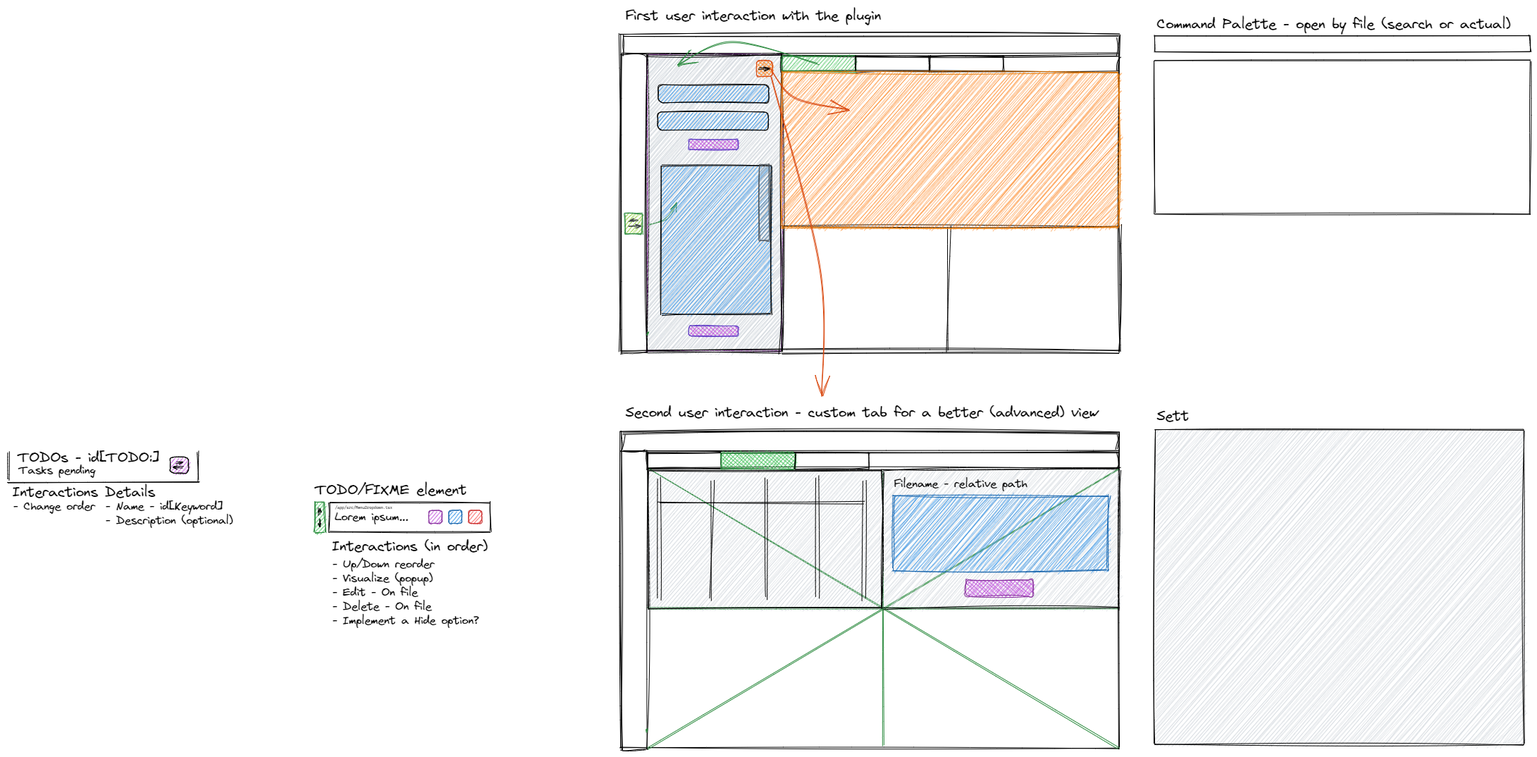
Before: design/main.excalidraw.png, a diagram exported from Excalidraw (jofaval/svelte-the-handsome). Source tidied: one line per element, renumbered; positions are measured from the earlier drawing's top-left corner, leaving out a move shared by most shapes.
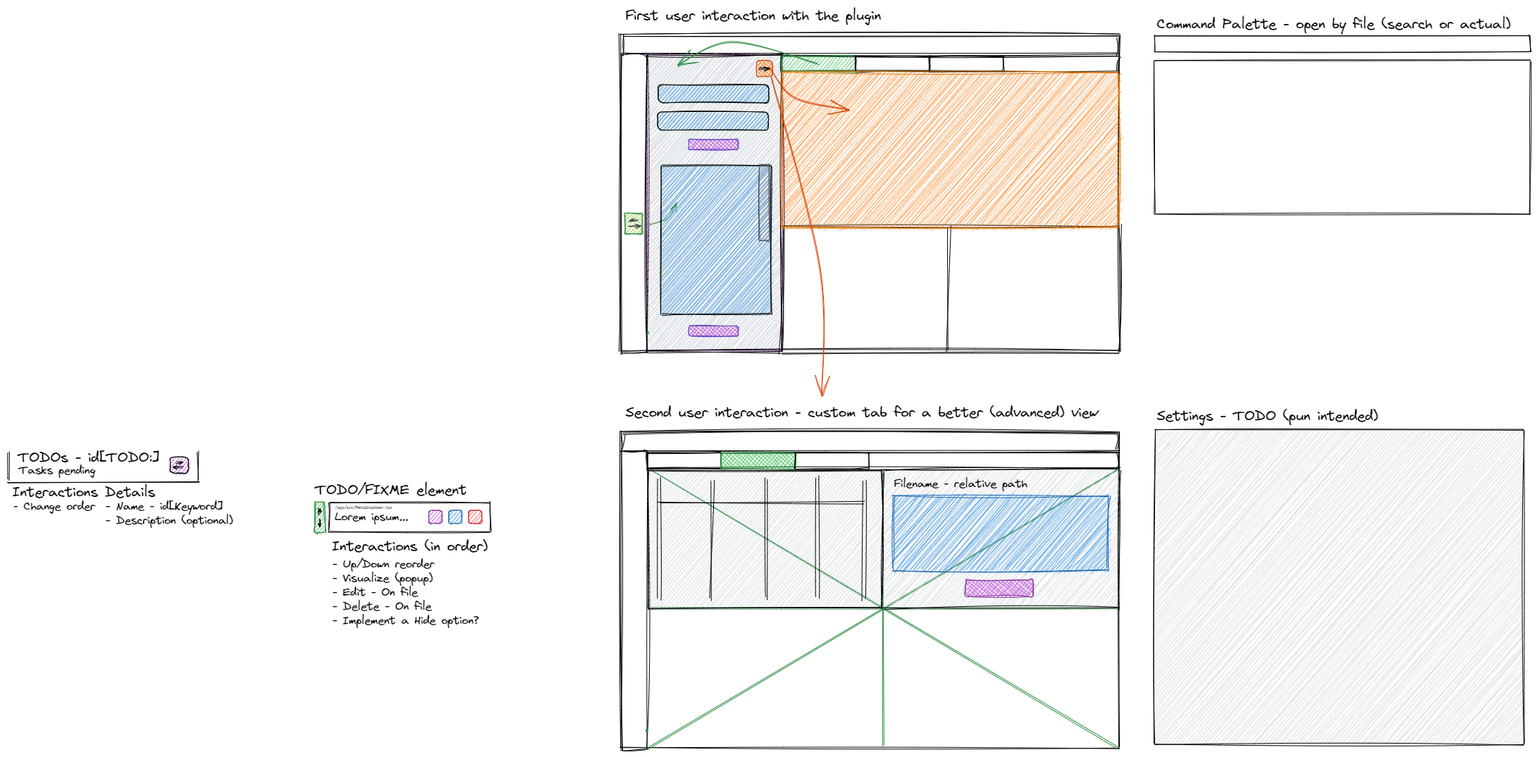
After the change.

The edit, as a diff of the source:
```diff
@@ -80,4 +80,4 @@
 {"id": 79, "type": "text", "text": "Filename - relative path", "strokeColor": "#000000", "backgroundColor": "#be4bdb", "fillStyle": "cross-hatch", "strokeWidth": 1, "roughness": 2, "fontSize": 16, "fontFamily": 1, "x": 1258, "y": 667, "width": 191, "height": 20}
 {"id": 80, "type": "arrow", "strokeColor": "#d9480f", "backgroundColor": "#be4bdb", "fillStyle": "cross-hatch", "strokeWidth": 1, "roughness": 1, "endArrowhead": "arrow", "from": 29, "to": 40, "x": 1083, "y": 99, "width": 71, "height": 453, "points": [[0, 0], [70, 270], [71, 453]]}
 {"id": 81, "type": "rectangle", "strokeColor": "#000000", "backgroundColor": "#ced4da", "fillStyle": "hachure", "strokeWidth": 1, "roughness": 2, "x": 1628, "y": 600, "width": 523, "height": 446}
-{"id": 82, "type": "text", "text": "Sett", "strokeColor": "#000000", "strokeWidth": 1, "roughness": 1, "fontSize": 20, "fontFamily": 1, "x": 1630, "y": 568, "width": 48, "height": 25}
+{"id": 82, "type": "text", "text": "Settings - TODO (pun intended)", "strokeColor": "#000000", "strokeWidth": 1, "roughness": 1, "fontSize": 20, "fontFamily": 1, "x": 1630, "y": 568, "width": 316, "height": 25}
```
